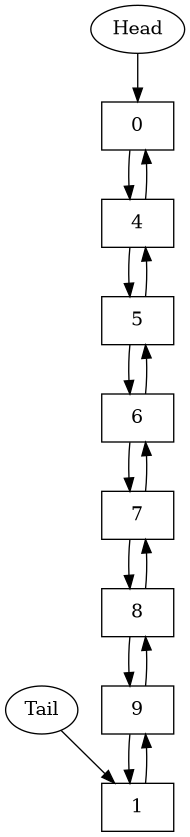
The Graphviz diagram DoublyLinkedListDed/cmake-build-debug/unitTestingDump.dot.png in AlgebraicWolf/FPMI_1sem_programming_homework, before a commit. Its source is kept beside it as DoublyLinkedListDed/cmake-build-debug/unitTestingDump.dot. Its diagram source:
```dot
digraph {
node0[label="{{0}}",shape=record];
node4[label="{{4}}",shape=record];
node0 -> node4;
node4 -> node0;
node5[label="{{5}}",shape=record];
node4 -> node5;
node5 -> node4;
node6[label="{{6}}",shape=record];
node5 -> node6;
node6 -> node5;
node7[label="{{7}}",shape=record];
node6 -> node7;
node7 -> node6;
node8[label="{{8}}",shape=record];
node7 -> node8;
node8 -> node7;
node9[label="{{9}}",shape=record];
node8 -> node9;
node9 -> node8;
node1[label="{{1}}",shape=record];
node9 -> node1;
node1 -> node9;
Head -> node0;
Tail -> node1;
}
```
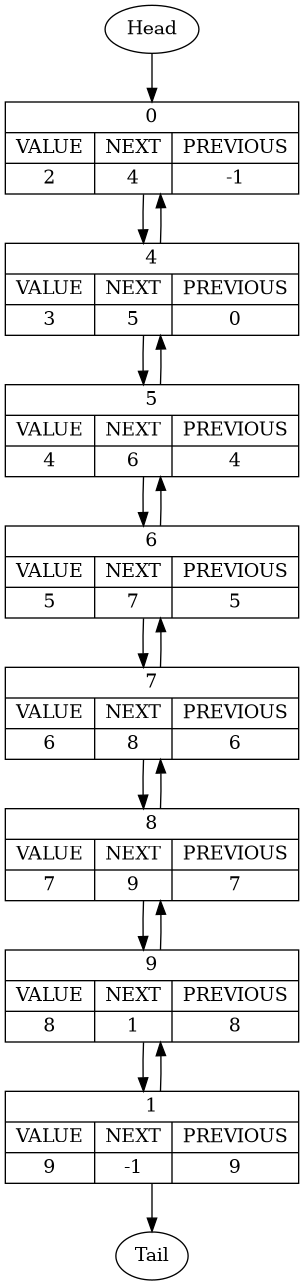
Above is the later version.

Commit message:
Finished unit testing

Diff of the diagram source:
```diff
@@ -1,26 +1,26 @@
 digraph {
-node0[label="{{0}}",shape=record];
-node4[label="{{4}}",shape=record];
+node0[label="{{0}|{{VALUE|2}|{NEXT|4}|{PREVIOUS|-1}}}",shape=record];
+node4[label="{{4}|{{VALUE|3}|{NEXT|5}|{PREVIOUS|0}}}",shape=record];
 node0 -> node4;
 node4 -> node0;
-node5[label="{{5}}",shape=record];
+node5[label="{{5}|{{VALUE|4}|{NEXT|6}|{PREVIOUS|4}}}",shape=record];
 node4 -> node5;
 node5 -> node4;
-node6[label="{{6}}",shape=record];
+node6[label="{{6}|{{VALUE|5}|{NEXT|7}|{PREVIOUS|5}}}",shape=record];
 node5 -> node6;
 node6 -> node5;
-node7[label="{{7}}",shape=record];
+node7[label="{{7}|{{VALUE|6}|{NEXT|8}|{PREVIOUS|6}}}",shape=record];
 node6 -> node7;
 node7 -> node6;
-node8[label="{{8}}",shape=record];
+node8[label="{{8}|{{VALUE|7}|{NEXT|9}|{PREVIOUS|7}}}",shape=record];
 node7 -> node8;
 node8 -> node7;
-node9[label="{{9}}",shape=record];
+node9[label="{{9}|{{VALUE|8}|{NEXT|1}|{PREVIOUS|8}}}",shape=record];
 node8 -> node9;
 node9 -> node8;
-node1[label="{{1}}",shape=record];
+node1[label="{{1}|{{VALUE|9}|{NEXT|-1}|{PREVIOUS|9}}}",shape=record];
 node9 -> node1;
 node1 -> node9;
 Head -> node0;
-Tail -> node1;
+node1 -> Tail;
 }
```
